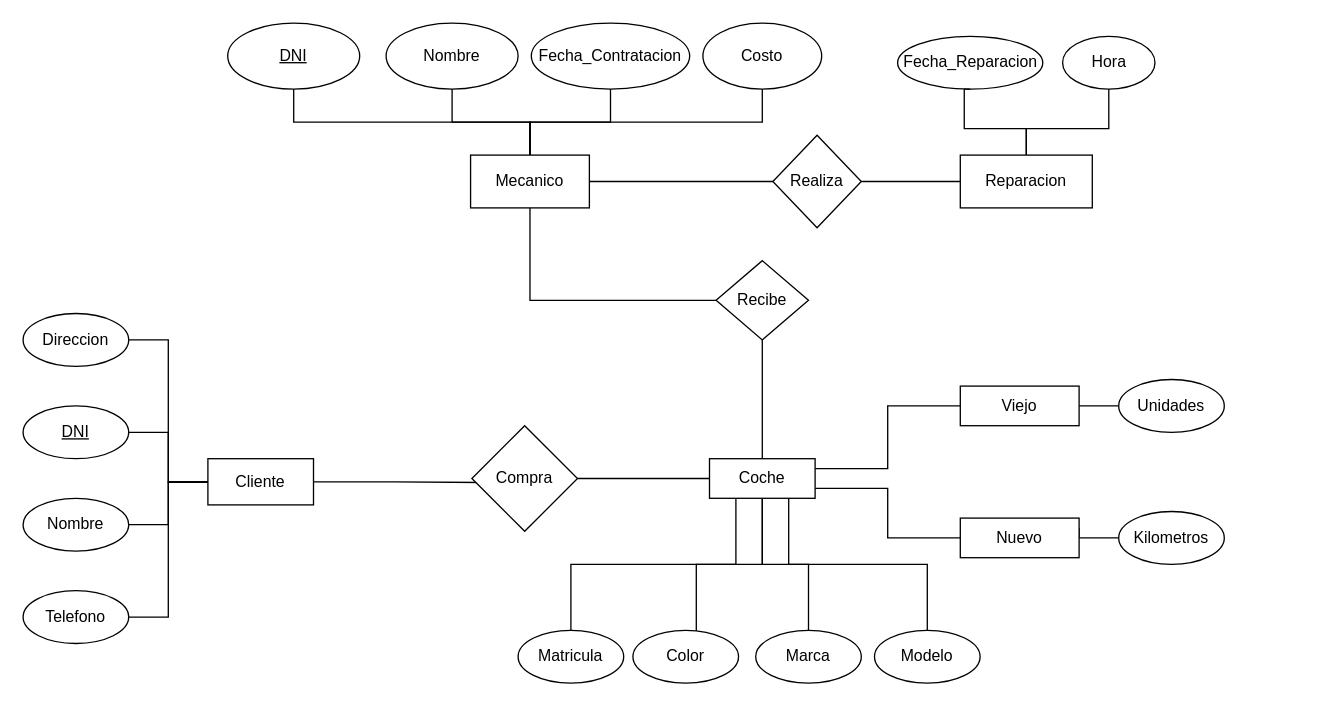
Earlier version of the draw.io diagram Untitled Diagram.drawio (ManruizUnBosque/WorkShop4). Source tidied: cells renumbered, new cells numbered last; positions are measured from the earlier drawing's top-left corner, leaving out a move shared by most shapes. Both pictures are drawn from the tidied source at 132%, with x=0, y=0 at pixel (22, 22).
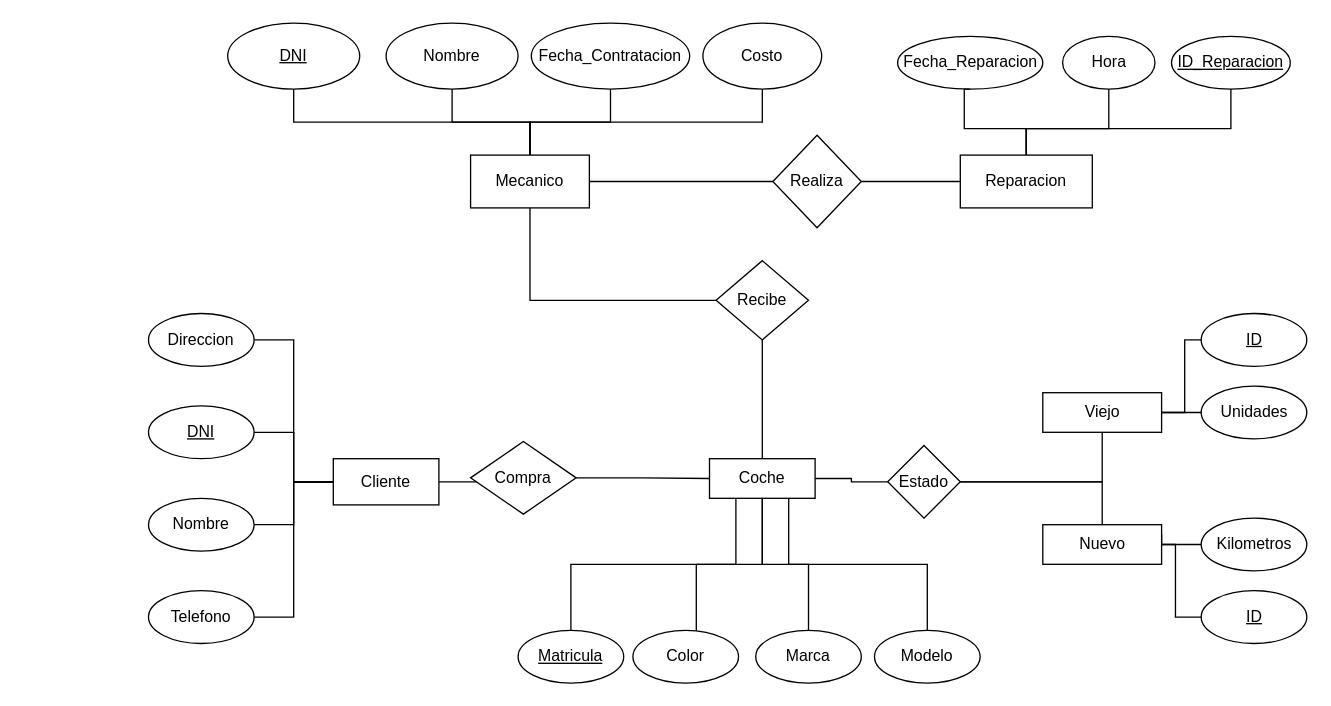
After the change.

The change refers to these unchanged cells:
```xml
<mxCell id="10" value="Coche" style="rounded=0;whiteSpace=wrap;html=1;" parent="1" vertex="1">
  <mxGeometry x="520" y="330" width="80" height="30" as="geometry" />
</mxCell>
<mxCell id="48" value="Reparacion" style="rounded=0;whiteSpace=wrap;html=1;" parent="1" vertex="1">
  <mxGeometry x="710" y="100" width="100" height="40" as="geometry" />
</mxCell>
```

Diff of the diagram source:
```diff
@@
     <mxCell id="3" value="Cliente" style="rounded=0;whiteSpace=wrap;html=1;" parent="1" vertex="1">
-      <mxGeometry x="140" y="330" width="80" height="35" as="geometry" />
+      <mxGeometry x="235" y="330" width="80" height="35" as="geometry" />
     </mxCell>
@@
-    <mxCell id="8" style="edgeStyle=orthogonalEdgeStyle;rounded=0;jettySize=auto;html=1;exitX=1;exitY=0.25;exitDx=0;exitDy=0;entryX=0;entryY=0.5;entryDx=0;entryDy=0;endArrow=none;endFill=0;" parent="1" edge="1" source="10" target="14">
-      <mxGeometry relative="1" as="geometry" />
-    </mxCell>
-    <mxCell id="9" style="edgeStyle=orthogonalEdgeStyle;rounded=0;jettySize=auto;html=1;exitX=1;exitY=0.75;exitDx=0;exitDy=0;entryX=0;entryY=0.5;entryDx=0;entryDy=0;endArrow=none;endFill=0;" parent="1" edge="1" source="10" target="12">
-      <mxGeometry relative="1" as="geometry" />
-    </mxCell>
+    <mxCell id="51" style="edgeStyle=orthogonalEdgeStyle;rounded=0;jettySize=auto;html=1;exitX=1;exitY=0.5;exitDx=0;exitDy=0;entryX=0;entryY=0.5;entryDx=0;entryDy=0;endArrow=none;endFill=0;" parent="1" edge="1" source="10" target="58">
+      <mxGeometry relative="1" as="geometry" />
+    </mxCell>
@@
     <mxCell id="11" style="edgeStyle=orthogonalEdgeStyle;rounded=0;jettySize=auto;html=1;exitX=1;exitY=0.25;exitDx=0;exitDy=0;endArrow=none;endFill=0;" parent="1" edge="1" source="12" target="35">
       <mxGeometry relative="1" as="geometry">
         <Array as="points">
-          <mxPoint x="800" y="390" />
+          <mxPoint x="862.5" y="395" />
         </Array>
       </mxGeometry>
     </mxCell>
+    <mxCell id="52" style="edgeStyle=orthogonalEdgeStyle;rounded=0;jettySize=auto;html=1;exitX=1;exitY=0.5;exitDx=0;exitDy=0;entryX=0;entryY=0.5;entryDx=0;entryDy=0;endArrow=none;endFill=0;" parent="1" edge="1" source="12" target="60">
+      <mxGeometry relative="1" as="geometry">
+        <Array as="points">
+          <mxPoint x="873" y="395" />
+          <mxPoint x="873" y="450" />
+        </Array>
+      </mxGeometry>
+    </mxCell>
     <mxCell id="12" value="Nuevo" style="rounded=0;whiteSpace=wrap;html=1;" parent="1" vertex="1">
-      <mxGeometry x="710" y="375" width="90" height="30" as="geometry" />
+      <mxGeometry x="772.5" y="380" width="90" height="30" as="geometry" />
     </mxCell>
@@
+    <mxCell id="53" style="edgeStyle=orthogonalEdgeStyle;rounded=0;jettySize=auto;html=1;exitX=1;exitY=0.5;exitDx=0;exitDy=0;entryX=0;entryY=0.5;entryDx=0;entryDy=0;endArrow=none;endFill=0;" parent="1" edge="1" source="14" target="59">
+      <mxGeometry relative="1" as="geometry">
+        <Array as="points">
+          <mxPoint x="880" y="295" />
+          <mxPoint x="880" y="240" />
+        </Array>
+      </mxGeometry>
+    </mxCell>
     <mxCell id="14" value="Viejo" style="rounded=0;whiteSpace=wrap;html=1;" parent="1" vertex="1">
-      <mxGeometry x="710" y="275" width="90" height="30" as="geometry" />
+      <mxGeometry x="772.5" y="280" width="90" height="30" as="geometry" />
     </mxCell>
@@
     <mxCell id="18" value="Compra" style="rhombus;whiteSpace=wrap;html=1;" parent="1" vertex="1">
-      <mxGeometry x="340" y="305" width="80" height="80" as="geometry" />
+      <mxGeometry x="339" y="317" width="80" height="55" as="geometry" />
     </mxCell>
@@
     <mxCell id="23" value="&lt;u&gt;DNI&lt;/u&gt;" style="ellipse;whiteSpace=wrap;html=1;" parent="1" vertex="1">
-      <mxGeometry y="290" width="80" height="40" as="geometry" />
+      <mxGeometry x="95" y="290" width="80" height="40" as="geometry" />
     </mxCell>
@@
     <mxCell id="25" value="Nombre" style="ellipse;whiteSpace=wrap;html=1;" parent="1" vertex="1">
-      <mxGeometry y="360" width="80" height="40" as="geometry" />
+      <mxGeometry x="95" y="360" width="80" height="40" as="geometry" />
     </mxCell>
@@
     <mxCell id="34" value="Unidades" style="ellipse;whiteSpace=wrap;html=1;" parent="1" vertex="1">
-      <mxGeometry x="830" y="270" width="80" height="40" as="geometry" />
+      <mxGeometry x="892.5" y="275" width="80" height="40" as="geometry" />
     </mxCell>
     <mxCell id="35" value="Kilometros" style="ellipse;whiteSpace=wrap;html=1;" parent="1" vertex="1">
-      <mxGeometry x="830" y="370" width="80" height="40" as="geometry" />
+      <mxGeometry x="892.5" y="375" width="80" height="40" as="geometry" />
     </mxCell>
@@
-    <mxCell id="39" value="Matricula" style="ellipse;whiteSpace=wrap;html=1;" parent="1" vertex="1">
+    <mxCell id="39" value="Matricula" style="ellipse;whiteSpace=wrap;html=1;fontStyle=4;" parent="1" vertex="1">
       <mxGeometry x="375" y="460" width="80" height="40" as="geometry" />
     </mxCell>
@@
     <mxCell id="42" style="edgeStyle=orthogonalEdgeStyle;rounded=0;jettySize=auto;html=1;exitX=1;exitY=0.5;exitDx=0;exitDy=0;endArrow=none;endFill=0;" parent="1" edge="1" source="43" target="3">
       <mxGeometry relative="1" as="geometry">
         <Array as="points">
-          <mxPoint x="110" y="450" />
-          <mxPoint x="110" y="348" />
+          <mxPoint x="205" y="450" />
+          <mxPoint x="205" y="348" />
         </Array>
       </mxGeometry>
     </mxCell>
     <mxCell id="43" value="Telefono" style="ellipse;whiteSpace=wrap;html=1;" parent="1" vertex="1">
-      <mxGeometry y="430" width="80" height="40" as="geometry" />
+      <mxGeometry x="95" y="430" width="80" height="40" as="geometry" />
     </mxCell>
@@
     <mxCell id="45" value="Direccion" style="ellipse;whiteSpace=wrap;html=1;" parent="1" vertex="1">
-      <mxGeometry y="220" width="80" height="40" as="geometry" />
+      <mxGeometry x="95" y="220" width="80" height="40" as="geometry" />
     </mxCell>
@@
+    <mxCell id="54" style="edgeStyle=orthogonalEdgeStyle;rounded=0;jettySize=auto;html=1;exitX=0.5;exitY=0;exitDx=0;exitDy=0;entryX=0.5;entryY=1;entryDx=0;entryDy=0;endArrow=none;endFill=0;" parent="1" edge="1" source="48" target="55">
+      <mxGeometry relative="1" as="geometry">
+        <Array as="points">
+          <mxPoint x="760" y="80" />
+          <mxPoint x="915" y="80" />
+        </Array>
+      </mxGeometry>
+    </mxCell>
@@
+    <mxCell id="55" value="ID_Reparacion" style="ellipse;whiteSpace=wrap;html=1;fontStyle=4;" parent="1" vertex="1">
+      <mxGeometry x="870" y="10" width="90" height="40" as="geometry" />
+    </mxCell>
+    <mxCell id="56" style="edgeStyle=orthogonalEdgeStyle;rounded=0;jettySize=auto;html=1;endArrow=none;endFill=0;" parent="1" edge="1" source="58" target="14">
+      <mxGeometry relative="1" as="geometry" />
+    </mxCell>
+    <mxCell id="57" style="edgeStyle=orthogonalEdgeStyle;rounded=0;jettySize=auto;html=1;exitX=1;exitY=0.5;exitDx=0;exitDy=0;endArrow=none;endFill=0;" parent="1" edge="1" source="58" target="12">
+      <mxGeometry relative="1" as="geometry" />
+    </mxCell>
+    <mxCell id="58" value="Estado" style="rhombus;whiteSpace=wrap;html=1;" parent="1" vertex="1">
+      <mxGeometry x="655" y="320" width="55" height="55" as="geometry" />
+    </mxCell>
+    <mxCell id="59" value="ID" style="ellipse;whiteSpace=wrap;html=1;fontStyle=4;" parent="1" vertex="1">
+      <mxGeometry x="892.5" y="220" width="80" height="40" as="geometry" />
+    </mxCell>
+    <mxCell id="60" value="ID" style="ellipse;whiteSpace=wrap;html=1;fontStyle=4;" parent="1" vertex="1">
+      <mxGeometry x="892.5" y="430" width="80" height="40" as="geometry" />
+    </mxCell>
```
